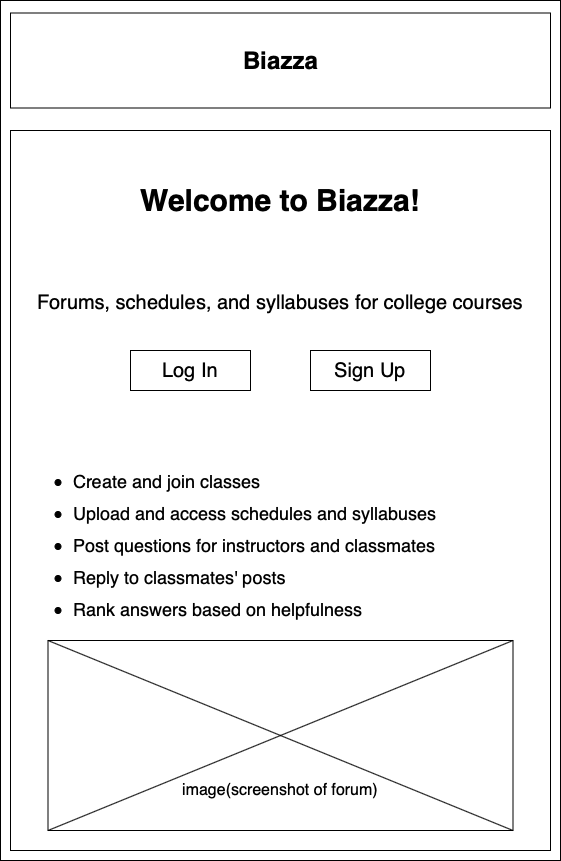
Above: ux-design/Wireframe-Hompage-not-logged-in.png in software-assignments-spring2021/spring-2020-basic-thunder (draw.io), before the change. Source tidied: cells renumbered, new cells last; positions are measured from the earlier drawing's top-left corner, leaving out a move shared by most shapes.
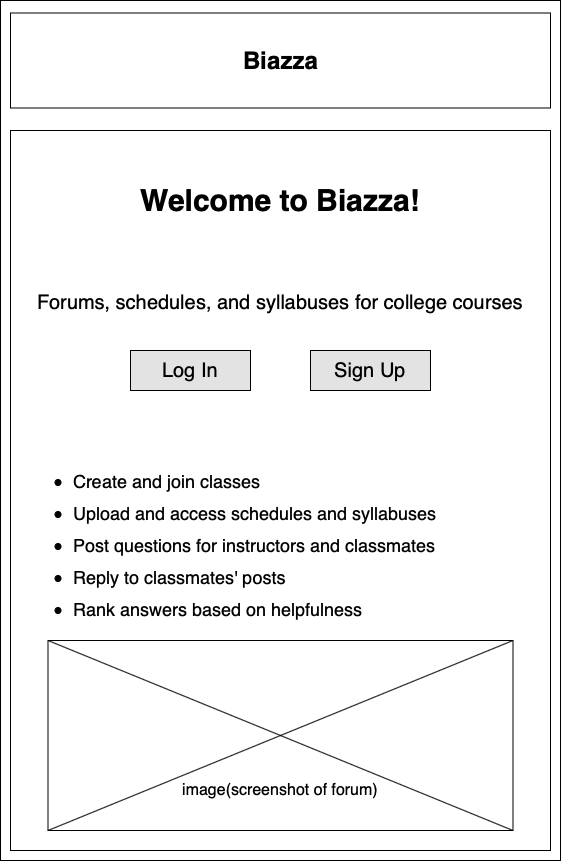
After the change.

What changed in the source:
```diff
@@ -14,13 +14,13 @@
     <mxCell id="5" value="Biazza" style="text;strokeColor=none;fillColor=none;html=1;fontSize=24;fontStyle=1;verticalAlign=middle;align=center;" parent="1" vertex="1">
       <mxGeometry x="230" y="40" width="100" height="40" as="geometry" />
     </mxCell>
-    <mxCell id="6" value="&lt;font style=&quot;font-size: 20px&quot;&gt;Log In&lt;/font&gt;" style="rounded=0;whiteSpace=wrap;html=1;" parent="1" vertex="1">
+    <mxCell id="6" value="&lt;font style=&quot;font-size: 20px&quot;&gt;Log In&lt;/font&gt;" style="rounded=0;whiteSpace=wrap;html=1;fillColor=#E3E3E3;" parent="1" vertex="1">
       <mxGeometry x="130" y="350" width="120" height="40" as="geometry" />
     </mxCell>
     <mxCell id="7" value="&lt;font style=&quot;font-size: 30px&quot;&gt;&lt;b&gt;Welcome to Biazza!&lt;/b&gt;&lt;/font&gt;" style="text;html=1;strokeColor=none;fillColor=none;align=center;verticalAlign=middle;whiteSpace=wrap;rounded=0;" parent="1" vertex="1">
       <mxGeometry x="95" y="190" width="370" height="20" as="geometry" />
     </mxCell>
-    <mxCell id="8" value="&lt;font style=&quot;font-size: 20px&quot;&gt;Sign Up&lt;/font&gt;" style="rounded=0;whiteSpace=wrap;html=1;" parent="1" vertex="1">
+    <mxCell id="8" value="&lt;font style=&quot;font-size: 20px&quot;&gt;Sign Up&lt;/font&gt;" style="rounded=0;whiteSpace=wrap;html=1;fillColor=#E3E3E3;" parent="1" vertex="1">
       <mxGeometry x="310" y="350" width="120" height="40" as="geometry" />
     </mxCell>
     <mxCell id="9" style="rounded=0;whiteSpace=wrap;html=1;" parent="1" vertex="1">
```
